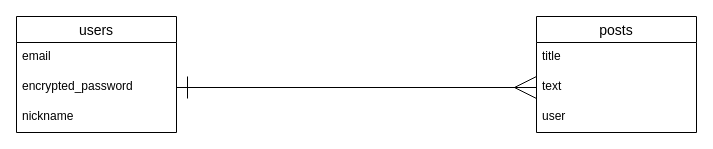
This is potsicleapp.dio from kazuki0925/posticleapp, a draw.io file, before an edit. Source tidied: cells renumbered, new cells numbered last; positions are measured from the earlier drawing's top-left corner, leaving out a move shared by most shapes. Both pictures are drawn from the tidied source at 100%, with x=0, y=0 at pixel (16, 16).
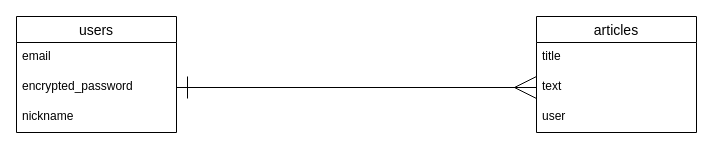
Above is the later version.

Change to the diagram source:
```diff
@@
 <mxGraphModel>
   <root>
     <mxCell id="0" />
     <mxCell id="1" parent="0" />
     <mxCell id="2" value="users" style="swimlane;fontStyle=0;horizontal=1;startSize=26;align=center;fontSize=14;" parent="1" vertex="1">
       <mxGeometry width="160" height="116" as="geometry" />
     </mxCell>
     <mxCell id="3" value="email" style="text;strokeColor=none;fillColor=none;spacingLeft=4;spacingRight=4;overflow=hidden;fontSize=12;" parent="2" vertex="1">
       <mxGeometry y="26" width="160" height="30" as="geometry" />
     </mxCell>
     <mxCell id="4" value="encrypted_password" style="text;strokeColor=none;fillColor=none;spacingLeft=4;spacingRight=4;overflow=hidden;points=[[0,0.5],[1,0.5]];portConstraint=eastwest;fontSize=12;" parent="2" vertex="1">
       <mxGeometry y="56" width="160" height="30" as="geometry" />
     </mxCell>
     <mxCell id="5" value="nickname" style="text;strokeColor=none;fillColor=none;spacingLeft=4;spacingRight=4;overflow=hidden;fontSize=12;" parent="2" vertex="1">
       <mxGeometry y="86" width="160" height="30" as="geometry" />
     </mxCell>
-    <mxCell id="6" value="posts" style="swimlane;fontStyle=0;horizontal=1;startSize=26;align=center;fontSize=14;" parent="1" vertex="1">
+    <mxCell id="6" value="articles" style="swimlane;fontStyle=0;horizontal=1;startSize=26;align=center;fontSize=14;" parent="1" vertex="1">
       <mxGeometry x="520" width="160" height="116" as="geometry" />
     </mxCell>
     <mxCell id="7" value="title" style="text;strokeColor=none;fillColor=none;spacingLeft=4;spacingRight=4;overflow=hidden;fontSize=12;" parent="6" vertex="1">
       <mxGeometry y="26" width="160" height="30" as="geometry" />
     </mxCell>
     <mxCell id="8" value="text" style="text;strokeColor=none;fillColor=none;spacingLeft=4;spacingRight=4;overflow=hidden;points=[[0,0.5],[1,0.5]];portConstraint=eastwest;fontSize=12;" parent="6" vertex="1">
       <mxGeometry y="56" width="160" height="30" as="geometry" />
     </mxCell>
     <mxCell id="9" value="user" style="text;strokeColor=none;fillColor=none;spacingLeft=4;spacingRight=4;overflow=hidden;fontSize=12;" parent="6" vertex="1">
       <mxGeometry y="86" width="160" height="30" as="geometry" />
     </mxCell>
     <mxCell id="10" style="edgeStyle=orthogonalEdgeStyle;rounded=0;jettySize=auto;html=1;exitX=1;exitY=0.5;exitDx=0;exitDy=0;entryX=0;entryY=0.5;entryDx=0;entryDy=0;endArrow=ERmany;endFill=0;endSize=20;startArrow=ERone;startFill=0;startSize=20;" parent="1" edge="1" source="4" target="8">
       <mxGeometry relative="1" as="geometry" />
     </mxCell>
   </root>
 </mxGraphModel>
```
